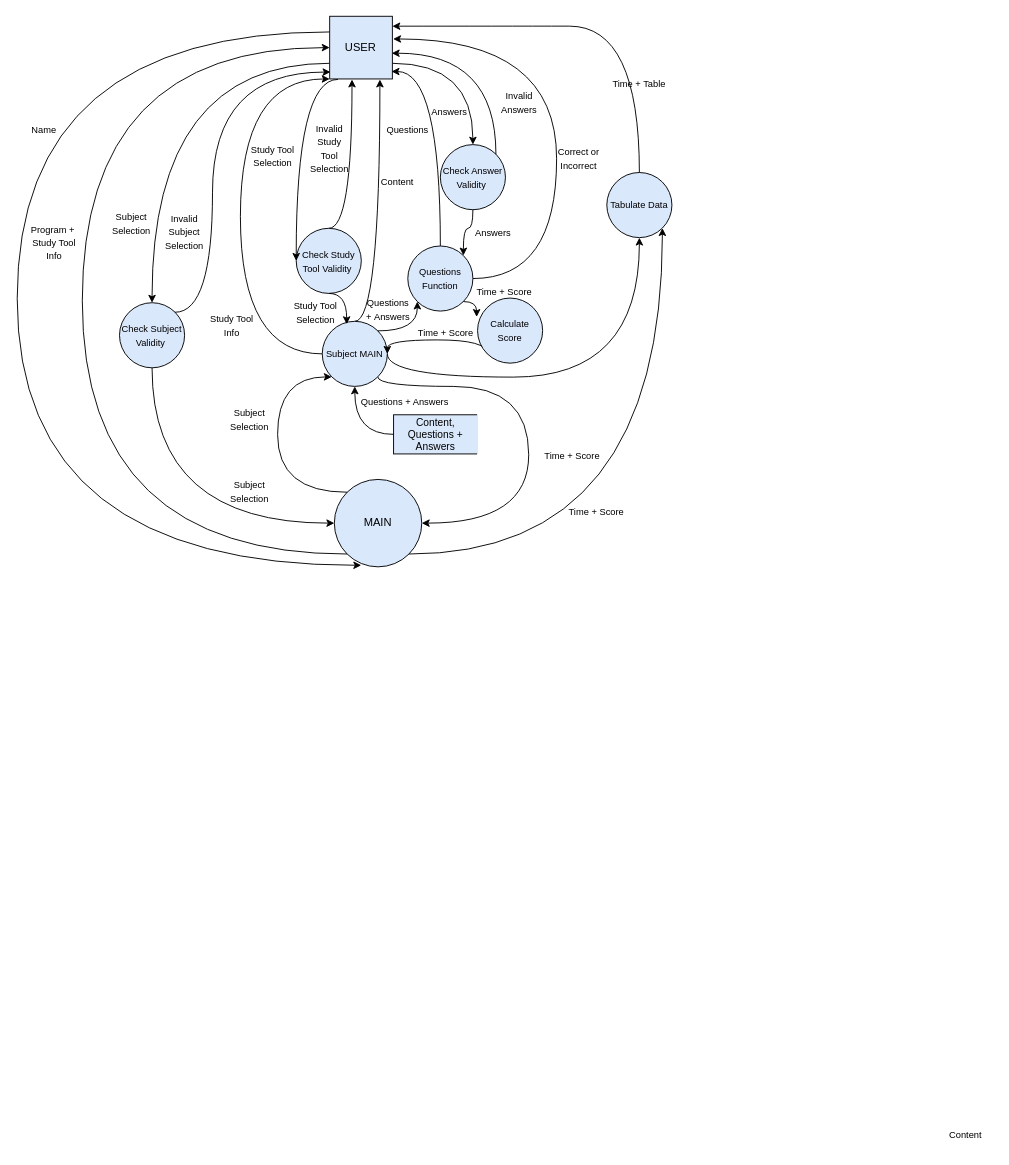
Earlier version of the draw.io diagram Assessment-Task-1/Data Flow Diagram.drawio (NettleL/AImino). Source tidied: cells renumbered, new cells numbered last; positions are measured from the earlier drawing's top-left corner, leaving out a move shared by most shapes. Both pictures are drawn from the tidied source at 93%, with x=0, y=0 at pixel (16, 16).
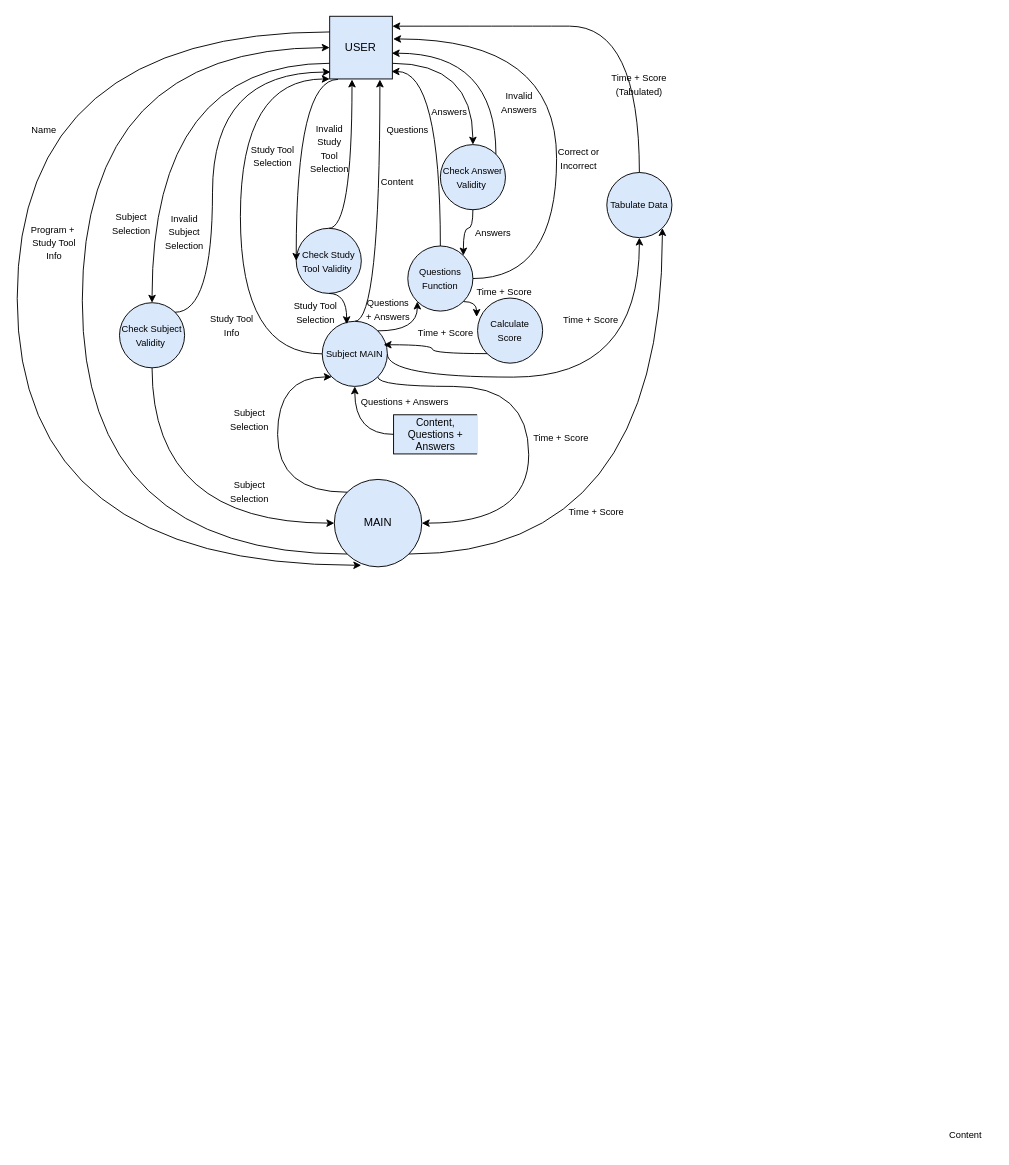
The same diagram, later.

Unchanged cells that the change refers to:
```xml
<mxCell id="24" value="&lt;font style=&quot;font-size: 10px;&quot;&gt;Subject MAIN&lt;/font&gt;" style="ellipse;whiteSpace=wrap;html=1;fillColor=#dae8fc;strokeColor=#000000;" parent="1" vertex="1">
  <mxGeometry x="329" y="328" width="70" height="70" as="geometry" />
</mxCell>
<mxCell id="54" value="&lt;font style=&quot;font-size: 10px;&quot;&gt;Calculate Score&lt;/font&gt;" style="ellipse;whiteSpace=wrap;html=1;fillColor=#dae8fc;strokeColor=#000000;" parent="1" vertex="1">
  <mxGeometry x="496" y="303" width="70" height="70" as="geometry" />
</mxCell>
```

The edit, as a diff of the source:
```diff
@@
-    <mxCell id="53" style="edgeStyle=orthogonalEdgeStyle;curved=1;rounded=0;jettySize=auto;html=1;exitX=0;exitY=1;exitDx=0;exitDy=0;entryX=1;entryY=0.5;entryDx=0;entryDy=0;" parent="1" edge="1" source="54" target="24">
-      <mxGeometry relative="1" as="geometry">
-        <Array as="points">
-          <mxPoint x="506" y="348" />
-          <mxPoint x="399" y="348" />
-        </Array>
-      </mxGeometry>
-    </mxCell>
@@
     <mxCell id="60" value="&lt;span style=&quot;font-size: 10px;&quot;&gt;Time + Score&lt;/span&gt;" style="text;html=1;align=center;verticalAlign=middle;whiteSpace=wrap;rounded=0;" parent="1" vertex="1">
-      <mxGeometry x="549" y="458" width="98" height="30" as="geometry" />
+      <mxGeometry x="537" y="438" width="98" height="30" as="geometry" />
     </mxCell>
-    <mxCell id="61" value="&lt;span style=&quot;font-size: 10px;&quot;&gt;Time + Table&lt;/span&gt;" style="text;html=1;align=center;verticalAlign=middle;whiteSpace=wrap;rounded=0;" parent="1" vertex="1">
+    <mxCell id="61" value="&lt;span style=&quot;font-size: 10px;&quot;&gt;Time + Score (Tabulated)&lt;/span&gt;" style="text;html=1;align=center;verticalAlign=middle;whiteSpace=wrap;rounded=0;" parent="1" vertex="1">
       <mxGeometry x="621" y="58" width="98" height="30" as="geometry" />
     </mxCell>
+    <mxCell id="53" style="edgeStyle=orthogonalEdgeStyle;curved=1;rounded=0;jettySize=auto;html=1;exitX=0;exitY=1;exitDx=0;exitDy=0;entryX=0.943;entryY=0.36;entryDx=0;entryDy=0;entryPerimeter=0;" parent="1" edge="1" source="54" target="24">
+      <mxGeometry relative="1" as="geometry" />
+    </mxCell>
+    <mxCell id="62" value="&lt;span style=&quot;font-size: 10px;&quot;&gt;Time + Score&lt;/span&gt;" style="text;html=1;align=center;verticalAlign=middle;whiteSpace=wrap;rounded=0;" parent="1" vertex="1">
+      <mxGeometry x="569" y="311" width="98" height="30" as="geometry" />
+    </mxCell>
```
